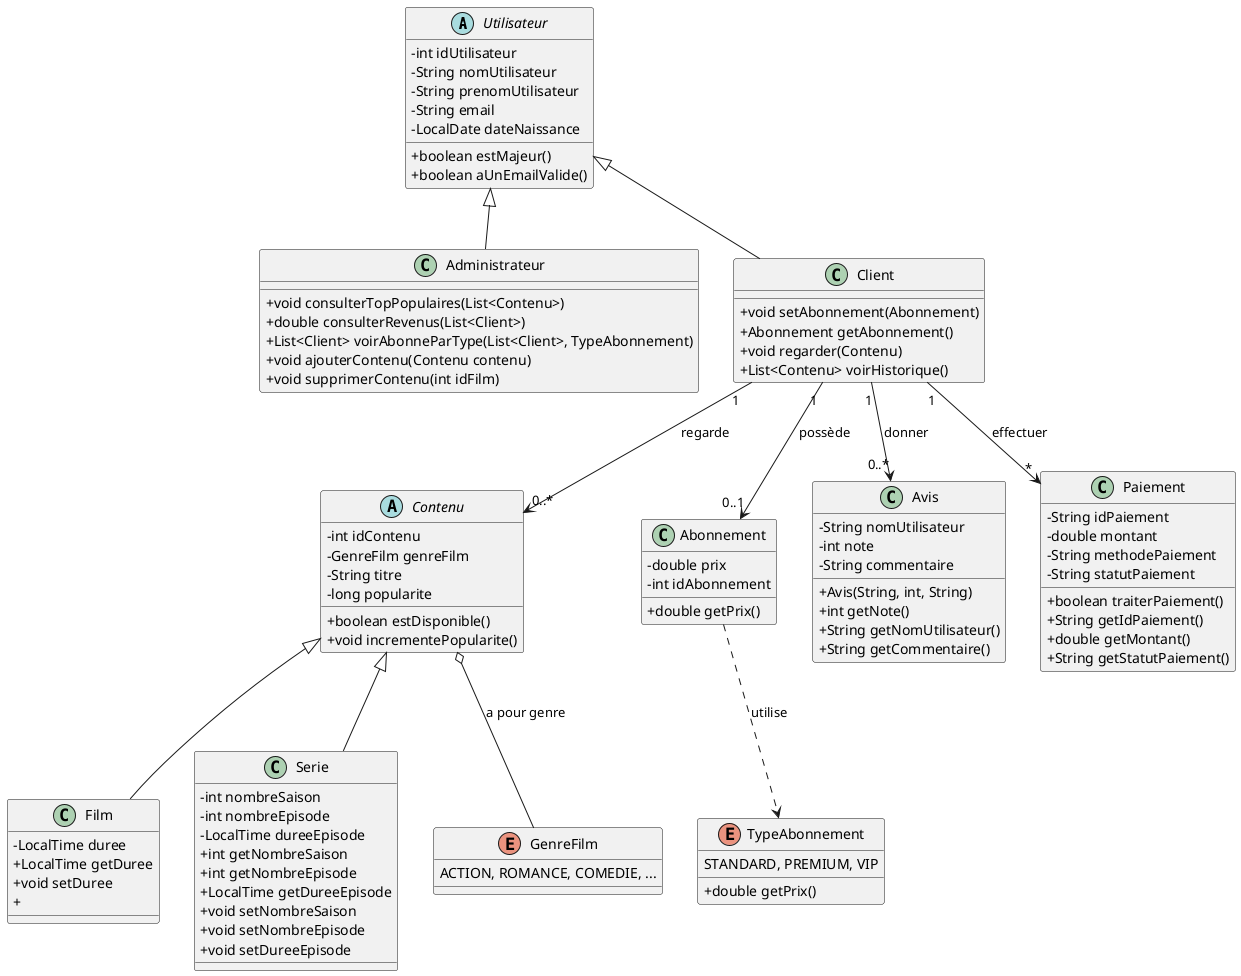
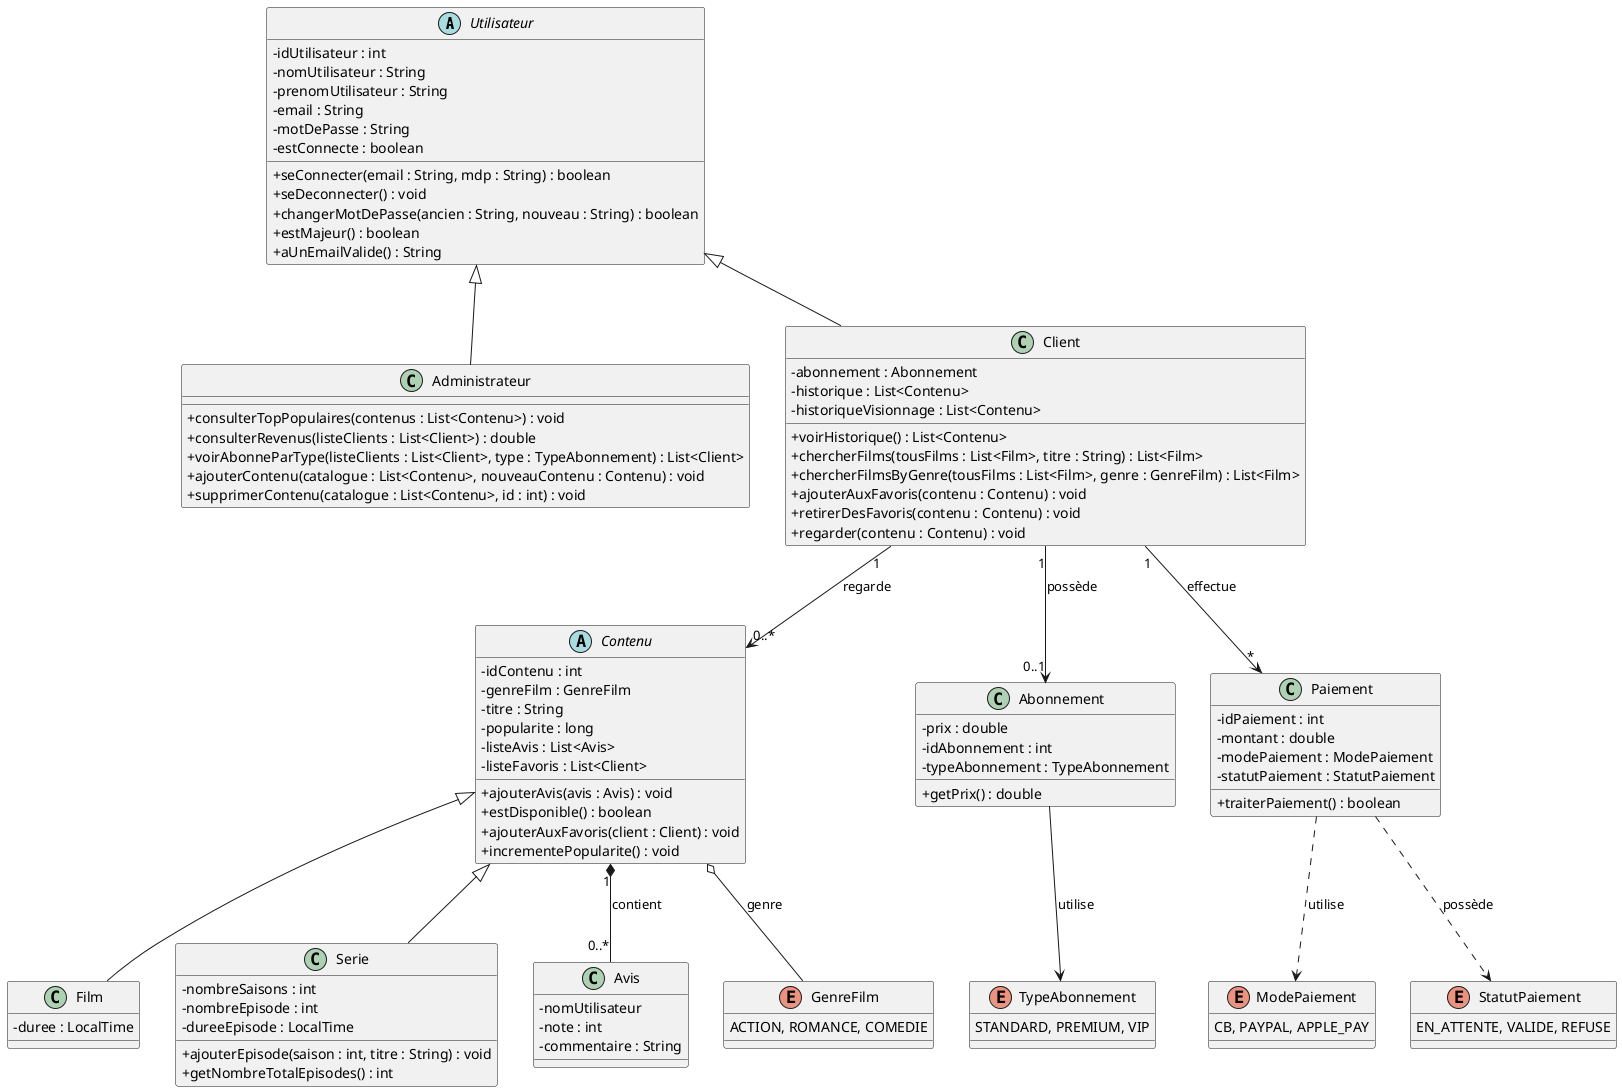
@startuml
skinparam classAttributeIconSize 0

abstract class Utilisateur {
-     - int idUtilisateur
-     - String nomUtilisateur
-     - String prenomUtilisateur
-     - String email
-     - LocalDate dateNaissance
-     + boolean estMajeur()
-     + boolean aUnEmailValide()
+     - idUtilisateur : int
+     - nomUtilisateur : String
+     - prenomUtilisateur : String
+     - email : String
+     - motDePasse : String
+     - estConnecte : boolean
+     + seConnecter(email : String, mdp : String) : boolean
+     + seDeconnecter() : void
+     + changerMotDePasse(ancien : String, nouveau : String) : boolean
+     + estMajeur() : boolean
+     + aUnEmailValide() : String
}

class Administrateur extends Utilisateur {
-     + void consulterTopPopulaires(List<Contenu>)
-     + double consulterRevenus(List<Client>)
-     + List<Client> voirAbonneParType(List<Client>, TypeAbonnement)
-     + void ajouterContenu(Contenu contenu)
-     + void supprimerContenu(int idFilm)
+     + consulterTopPopulaires(contenus : List<Contenu>) : void
+     + consulterRevenus(listeClients : List<Client>) : double
+     + voirAbonneParType(listeClients : List<Client>, type : TypeAbonnement) : List<Client>
+     + ajouterContenu(catalogue : List<Contenu>, nouveauContenu : Contenu) : void
+     + supprimerContenu(catalogue : List<Contenu>, id : int) : void
}

- 
class Client extends Utilisateur {
-     + void setAbonnement(Abonnement)
-     + Abonnement getAbonnement()
-     + void regarder(Contenu)
-     + List<Contenu> voirHistorique()
+     - abonnement : Abonnement
+     - historique : List<Contenu>
+     - historiqueVisionnage : List<Contenu>
+     + voirHistorique() : List<Contenu>
+     + chercherFilms(tousFilms : List<Film>, titre : String) : List<Film>
+     + chercherFilmsByGenre(tousFilms : List<Film>, genre : GenreFilm) : List<Film>
+     + ajouterAuxFavoris(contenu : Contenu) : void
+     + retirerDesFavoris(contenu : Contenu) : void
+     + regarder(contenu : Contenu) : void
}

abstract class Contenu {
-     - int idContenu
-     - GenreFilm genreFilm
-     - String titre
-     - long popularite
-     + boolean estDisponible()
-     + void incrementePopularite()
+        - idContenu : int
+        - genreFilm : GenreFilm
+        - titre : String
+        - popularite : long
+        - listeAvis : List<Avis>
+        - listeFavoris : List<Client>
+        + ajouterAvis(avis : Avis) : void
+        + estDisponible() : boolean
+        + ajouterAuxFavoris(client : Client) : void
+        + incrementePopularite() : void
}

class Film extends Contenu {
-     - LocalTime duree
-     + LocalTime getDuree
-     + void setDuree
-     +
+     - duree : LocalTime
+ }
+ 
+ class Abonnement {
+     - prix : double
+     - idAbonnement : int
+     - typeAbonnement : TypeAbonnement
+     + getPrix() : double
}

class Serie extends Contenu {
-     - int nombreSaison
-     - int nombreEpisode
-     - LocalTime dureeEpisode
-     + int getNombreSaison
-     + int getNombreEpisode
-     + LocalTime getDureeEpisode
-     + void setNombreSaison
-     + void setNombreEpisode
-     + void setDureeEpisode
- }
- 
- class Abonnement {
-     - double prix
-     - int idAbonnement
-     + double getPrix()
- }
- 
- class Avis {
-     - String nomUtilisateur
-     - int note
-     - String commentaire
- 
-     + Avis(String, int, String)
-     + int getNote()
-     + String getNomUtilisateur()
-     + String getCommentaire()
+     - nombreSaisons : int
+     - nombreEpisode : int
+     - dureeEpisode : LocalTime
+     + ajouterEpisode(saison : int, titre : String) : void
+     + getNombreTotalEpisodes() : int
}

class Paiement {
-    - String idPaiement
-    - double montant
-    - String methodePaiement
-    - String statutPaiement
-    + boolean traiterPaiement()
-    + String getIdPaiement()
-    + double getMontant()
-    +  String getStatutPaiement()
+    - idPaiement : int
+    - montant : double
+    - modePaiement : ModePaiement
+    - statutPaiement : StatutPaiement
+    + traiterPaiement() : boolean
+ 
+ }
+ 
+ class Avis{
+    - nomUtilisateur
+    - note : int
+    - commentaire : String
+ }
+ 
+ enum ModePaiement {
+     CB, PAYPAL, APPLE_PAY
+ }
+ 
+ enum StatutPaiement {
+     EN_ATTENTE, VALIDE, REFUSE
}

enum TypeAbonnement {
    STANDARD, PREMIUM, VIP
-     + double getPrix()
}

enum GenreFilm {
-     ACTION, ROMANCE, COMEDIE, ...
+     ACTION, ROMANCE, COMEDIE
}

Client "1" --> "0..1" Abonnement : possède
Client "1" --> "0..*" Contenu : regarde
- Client "1" --> "0..*" Avis : donner
- Client "1" --> "*" Paiement : effectuer
- Abonnement ..> TypeAbonnement : utilise
- Contenu o-- GenreFilm : a pour genre
- 
+ Client "1" --> "*" Paiement : effectue
+ Contenu "1" *-- "0..*" Avis : contient
+ Contenu o-- GenreFilm : genre
+ Paiement ..> ModePaiement : utilise
+ Paiement ..> StatutPaiement : possède
+ Abonnement --> TypeAbonnement : utilise
@enduml